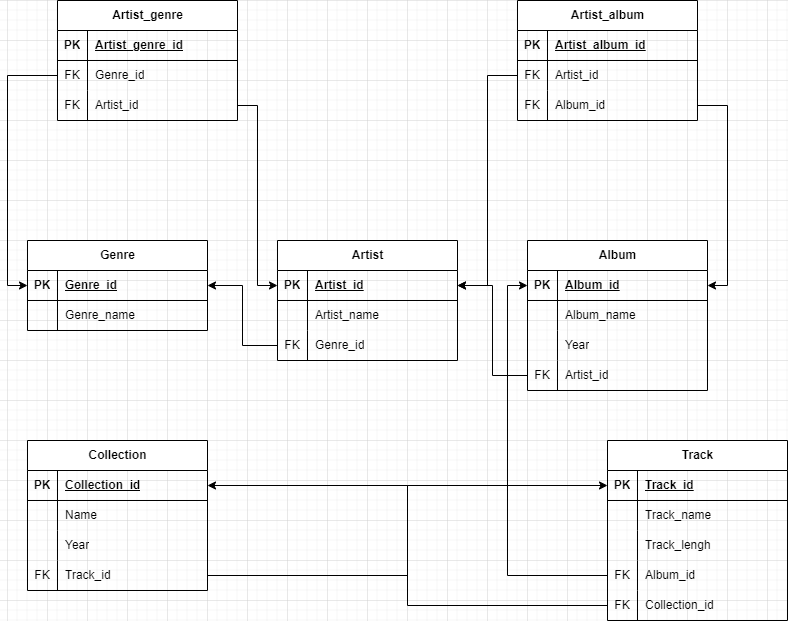
MrRadrigos/HW_2_DB keeps this draw.io diagram as HW_DB_2.drawio.png. Above is the earlier version. Source tidied: cells renumbered, new cells last; positions are measured from the earlier drawing's top-left corner, leaving out a move shared by most shapes.
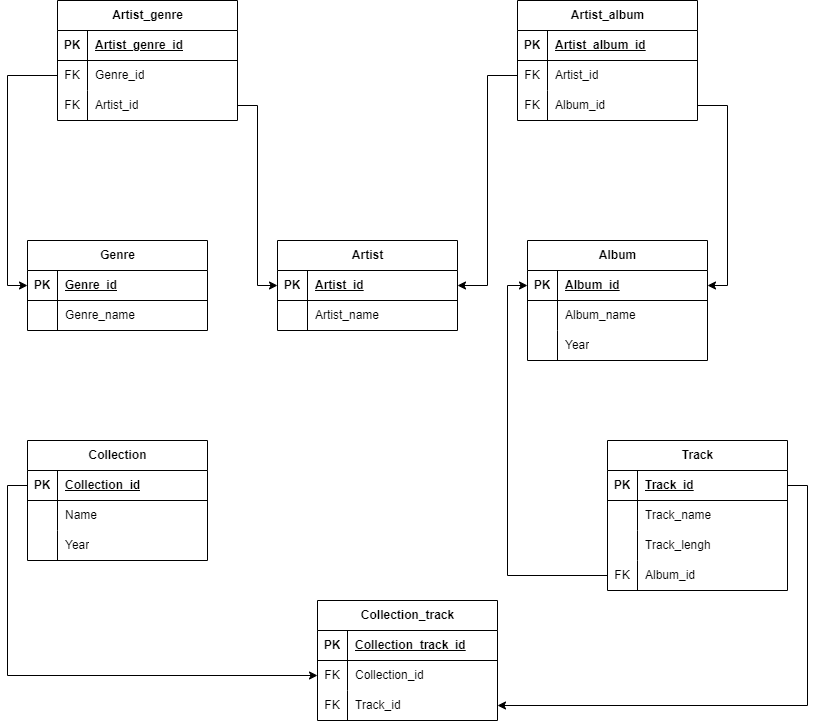
After the change.

Commit message:
Исправленная таблица

What changed in the source:
```diff
@@ -24,7 +24,7 @@
       <mxGeometry x="30" width="150" height="30" as="geometry" />
     </mxCell>
     <mxCell id="9" value="Artist" style="shape=table;startSize=30;rowLines=0;fontStyle=1;align=center;html=1;" parent="1" vertex="1">
-      <mxGeometry x="250" y="240" width="180" height="120" as="geometry" />
+      <mxGeometry x="250" y="240" width="180" height="90" as="geometry" />
     </mxCell>
     <mxCell id="10" style="shape=tableRow;horizontal=0;startSize=0;swimlaneHead=0;swimlaneBody=0;fillColor=none;points=[[0,0.5],[1,0.5]];portConstraint=eastwest;top=0;left=0;right=0;bottom=1;" parent="9" vertex="1">
       <mxGeometry y="30" width="180" height="30" as="geometry" />
@@ -44,17 +44,8 @@
     <mxCell id="15" value="Artist_name" style="shape=partialRectangle;fillColor=none;top=0;left=0;bottom=0;right=0;align=left;spacingLeft=6;overflow=hidden;whiteSpace=wrap;html=1;" parent="13" vertex="1">
       <mxGeometry x="30" width="150" height="30" as="geometry" />
     </mxCell>
-    <mxCell id="16" style="shape=tableRow;horizontal=0;startSize=0;swimlaneHead=0;swimlaneBody=0;fillColor=none;points=[[0,0.5],[1,0.5]];portConstraint=eastwest;top=0;left=0;right=0;bottom=0;" parent="9" vertex="1">
-      <mxGeometry y="90" width="180" height="30" as="geometry" />
-    </mxCell>
-    <mxCell id="17" value="FK" style="shape=partialRectangle;fillColor=none;top=0;left=0;bottom=0;right=0;overflow=hidden;whiteSpace=wrap;html=1;" parent="16" vertex="1">
-      <mxGeometry width="30" height="30" as="geometry" />
-    </mxCell>
-    <mxCell id="18" value="Genre_id" style="shape=partialRectangle;fillColor=none;top=0;left=0;bottom=0;right=0;align=left;spacingLeft=6;overflow=hidden;whiteSpace=wrap;html=1;" parent="16" vertex="1">
-      <mxGeometry x="30" width="150" height="30" as="geometry" />
-    </mxCell>
     <mxCell id="19" value="Album" style="shape=table;startSize=30;rowLines=0;fontStyle=1;align=center;html=1;" parent="1" vertex="1">
-      <mxGeometry x="500" y="240" width="180" height="150" as="geometry" />
+      <mxGeometry x="500" y="240" width="180" height="120" as="geometry" />
     </mxCell>
     <mxCell id="20" style="shape=tableRow;horizontal=0;startSize=0;swimlaneHead=0;swimlaneBody=0;fillColor=none;points=[[0,0.5],[1,0.5]];portConstraint=eastwest;top=0;left=0;right=0;bottom=1;" parent="19" vertex="1">
       <mxGeometry y="30" width="180" height="30" as="geometry" />
@@ -83,17 +74,8 @@
     <mxCell id="28" value="Year" style="shape=partialRectangle;fillColor=none;top=0;left=0;bottom=0;right=0;align=left;spacingLeft=6;overflow=hidden;whiteSpace=wrap;html=1;" parent="26" vertex="1">
       <mxGeometry x="30" width="150" height="30" as="geometry" />
     </mxCell>
-    <mxCell id="29" style="shape=tableRow;horizontal=0;startSize=0;swimlaneHead=0;swimlaneBody=0;fillColor=none;points=[[0,0.5],[1,0.5]];portConstraint=eastwest;top=0;left=0;right=0;bottom=0;" parent="19" vertex="1">
-      <mxGeometry y="120" width="180" height="30" as="geometry" />
-    </mxCell>
-    <mxCell id="30" value="FK" style="shape=partialRectangle;fillColor=none;top=0;left=0;bottom=0;right=0;overflow=hidden;whiteSpace=wrap;html=1;" parent="29" vertex="1">
-      <mxGeometry width="30" height="30" as="geometry" />
-    </mxCell>
-    <mxCell id="31" value="Artist_id" style="shape=partialRectangle;fillColor=none;top=0;left=0;bottom=0;right=0;align=left;spacingLeft=6;overflow=hidden;whiteSpace=wrap;html=1;" parent="29" vertex="1">
-      <mxGeometry x="30" width="150" height="30" as="geometry" />
-    </mxCell>
     <mxCell id="32" value="Track" style="shape=table;startSize=30;rowLines=0;fontStyle=1;align=center;html=1;" parent="1" vertex="1">
-      <mxGeometry x="580" y="440" width="180" height="180" as="geometry" />
+      <mxGeometry x="580" y="440" width="180" height="150" as="geometry" />
     </mxCell>
     <mxCell id="33" style="shape=tableRow;horizontal=0;startSize=0;swimlaneHead=0;swimlaneBody=0;fillColor=none;points=[[0,0.5],[1,0.5]];portConstraint=eastwest;top=0;left=0;right=0;bottom=1;" parent="32" vertex="1">
       <mxGeometry y="30" width="180" height="30" as="geometry" />
@@ -131,21 +113,6 @@
     <mxCell id="44" value="Album_id" style="shape=partialRectangle;fillColor=none;top=0;left=0;bottom=0;right=0;align=left;spacingLeft=6;overflow=hidden;whiteSpace=wrap;html=1;" parent="42" vertex="1">
       <mxGeometry x="30" width="150" height="30" as="geometry" />
     </mxCell>
-    <mxCell id="45" style="shape=tableRow;horizontal=0;startSize=0;swimlaneHead=0;swimlaneBody=0;fillColor=none;points=[[0,0.5],[1,0.5]];portConstraint=eastwest;top=0;left=0;right=0;bottom=0;" parent="32" vertex="1">
-      <mxGeometry y="150" width="180" height="30" as="geometry" />
-    </mxCell>
-    <mxCell id="46" value="FK" style="shape=partialRectangle;fillColor=none;top=0;left=0;bottom=0;right=0;overflow=hidden;whiteSpace=wrap;html=1;" parent="45" vertex="1">
-      <mxGeometry width="30" height="30" as="geometry" />
-    </mxCell>
-    <mxCell id="47" value="Collection_id" style="shape=partialRectangle;fillColor=none;top=0;left=0;bottom=0;right=0;align=left;spacingLeft=6;overflow=hidden;whiteSpace=wrap;html=1;" parent="45" vertex="1">
-      <mxGeometry x="30" width="150" height="30" as="geometry" />
-    </mxCell>
-    <mxCell id="48" style="edgeStyle=orthogonalEdgeStyle;rounded=0;jettySize=auto;html=1;exitX=0;exitY=0.5;exitDx=0;exitDy=0;entryX=1;entryY=0.5;entryDx=0;entryDy=0;" parent="1" edge="1" source="16" target="3">
-      <mxGeometry relative="1" as="geometry" />
-    </mxCell>
-    <mxCell id="49" style="edgeStyle=orthogonalEdgeStyle;rounded=0;jettySize=auto;html=1;entryX=1;entryY=0.5;entryDx=0;entryDy=0;" parent="1" edge="1" source="29" target="10">
-      <mxGeometry relative="1" as="geometry" />
-    </mxCell>
     <mxCell id="50" style="edgeStyle=orthogonalEdgeStyle;rounded=0;jettySize=auto;html=1;entryX=0;entryY=0.5;entryDx=0;entryDy=0;" parent="1" edge="1" source="42" target="20">
       <mxGeometry relative="1" as="geometry" />
     </mxCell>
@@ -222,7 +189,7 @@
       <mxGeometry relative="1" as="geometry" />
     </mxCell>
     <mxCell id="75" value="Collection" style="shape=table;startSize=30;rowLines=0;fontStyle=1;align=center;html=1;" parent="1" vertex="1">
-      <mxGeometry y="440" width="180" height="150" as="geometry" />
+      <mxGeometry y="440" width="180" height="120" as="geometry" />
     </mxCell>
     <mxCell id="76" style="shape=tableRow;horizontal=0;startSize=0;swimlaneHead=0;swimlaneBody=0;fillColor=none;points=[[0,0.5],[1,0.5]];portConstraint=eastwest;top=0;left=0;right=0;bottom=1;" parent="75" vertex="1">
       <mxGeometry y="30" width="180" height="30" as="geometry" />
@@ -251,20 +218,44 @@
     <mxCell id="84" value="Year" style="shape=partialRectangle;fillColor=none;top=0;left=0;bottom=0;right=0;align=left;spacingLeft=6;overflow=hidden;whiteSpace=wrap;html=1;" parent="82" vertex="1">
       <mxGeometry x="30" width="150" height="30" as="geometry" />
     </mxCell>
-    <mxCell id="85" style="shape=tableRow;horizontal=0;startSize=0;swimlaneHead=0;swimlaneBody=0;fillColor=none;points=[[0,0.5],[1,0.5]];portConstraint=eastwest;top=0;left=0;right=0;bottom=0;" parent="75" vertex="1">
-      <mxGeometry y="120" width="180" height="30" as="geometry" />
-    </mxCell>
-    <mxCell id="86" value="FK" style="shape=partialRectangle;fillColor=none;top=0;left=0;bottom=0;right=0;overflow=hidden;whiteSpace=wrap;html=1;" parent="85" vertex="1">
-      <mxGeometry width="30" height="30" as="geometry" />
-    </mxCell>
+    <mxCell id="89" style="edgeStyle=orthogonalEdgeStyle;rounded=0;jettySize=auto;html=1;" parent="1" edge="1" target="76">
+      <mxGeometry relative="1" as="geometry" />
+    </mxCell>
+    <mxCell id="90" value="Collection_track" style="shape=table;startSize=30;rowLines=0;fontStyle=1;align=center;html=1;" parent="1" vertex="1">
+      <mxGeometry x="290" y="600" width="180" height="120" as="geometry" />
+    </mxCell>
+    <mxCell id="91" style="shape=tableRow;horizontal=0;startSize=0;swimlaneHead=0;swimlaneBody=0;fillColor=none;top=0;left=0;right=0;bottom=1;" parent="90" vertex="1">
+      <mxGeometry y="30" width="180" height="30" as="geometry" />
+    </mxCell>
+    <mxCell id="92" value="PK" style="shape=partialRectangle;fillColor=none;top=0;left=0;bottom=0;right=0;fontStyle=1;overflow=hidden;whiteSpace=wrap;html=1;" parent="91" vertex="1">
+      <mxGeometry width="30" height="30" as="geometry" />
+    </mxCell>
+    <mxCell id="93" value="Collection_track_id" style="shape=partialRectangle;fillColor=none;top=0;left=0;bottom=0;right=0;align=left;spacingLeft=6;fontStyle=5;overflow=hidden;whiteSpace=wrap;html=1;" parent="91" vertex="1">
+      <mxGeometry x="30" width="150" height="30" as="geometry" />
+    </mxCell>
+    <mxCell id="94" style="shape=tableRow;horizontal=0;startSize=0;swimlaneHead=0;swimlaneBody=0;fillColor=none;points=[[0,0.5],[1,0.5]];portConstraint=eastwest;top=0;left=0;right=0;bottom=0;" parent="90" vertex="1">
+      <mxGeometry y="60" width="180" height="30" as="geometry" />
+    </mxCell>
+    <mxCell id="95" value="FK" style="shape=partialRectangle;fillColor=none;top=0;left=0;bottom=0;right=0;overflow=hidden;whiteSpace=wrap;html=1;" parent="94" vertex="1">
+      <mxGeometry width="30" height="30" as="geometry" />
+    </mxCell>
+    <mxCell id="47" value="Collection_id" style="shape=partialRectangle;fillColor=none;top=0;left=0;bottom=0;right=0;align=left;spacingLeft=6;overflow=hidden;whiteSpace=wrap;html=1;" parent="94" vertex="1">
+      <mxGeometry x="30" width="150" height="30" as="geometry" />
+    </mxCell>
+    <mxCell id="16" style="shape=tableRow;horizontal=0;startSize=0;swimlaneHead=0;swimlaneBody=0;fillColor=none;points=[[0,0.5],[1,0.5]];portConstraint=eastwest;top=0;left=0;right=0;bottom=0;" parent="90" vertex="1">
+      <mxGeometry y="90" width="180" height="30" as="geometry" />
+    </mxCell>
+    <mxCell id="96" value="FK" style="shape=partialRectangle;fillColor=none;top=0;left=0;bottom=0;right=0;overflow=hidden;whiteSpace=wrap;html=1;" parent="16" vertex="1">
+      <mxGeometry width="30" height="30" as="geometry" />
+    </mxCell>
-    <mxCell id="87" value="Track_id" style="shape=partialRectangle;fillColor=none;top=0;left=0;bottom=0;right=0;align=left;spacingLeft=6;overflow=hidden;whiteSpace=wrap;html=1;" parent="85" vertex="1">
+    <mxCell id="87" value="Track_id" style="shape=partialRectangle;fillColor=none;top=0;left=0;bottom=0;right=0;align=left;spacingLeft=6;overflow=hidden;whiteSpace=wrap;html=1;" parent="16" vertex="1">
       <mxGeometry x="30" width="150" height="30" as="geometry" />
     </mxCell>
-    <mxCell id="88" style="edgeStyle=orthogonalEdgeStyle;rounded=0;jettySize=auto;html=1;" parent="1" edge="1" source="85" target="33">
-      <mxGeometry relative="1" as="geometry" />
-    </mxCell>
-    <mxCell id="89" style="edgeStyle=orthogonalEdgeStyle;rounded=0;jettySize=auto;html=1;" parent="1" edge="1" source="45" target="76">
-      <mxGeometry relative="1" as="geometry" />
-    </mxCell>
+    <mxCell id="97" style="edgeStyle=orthogonalEdgeStyle;rounded=0;jettySize=auto;html=1;exitX=0;exitY=0.5;exitDx=0;exitDy=0;" parent="1" edge="1" source="76" target="94">
+      <mxGeometry relative="1" as="geometry" />
+    </mxCell>
+    <mxCell id="98" style="edgeStyle=orthogonalEdgeStyle;rounded=0;jettySize=auto;html=1;exitX=1;exitY=0.5;exitDx=0;exitDy=0;" parent="1" edge="1" source="33" target="16">
+      <mxGeometry relative="1" as="geometry" />
+    </mxCell>
   </root>
 </mxGraphModel>
```
